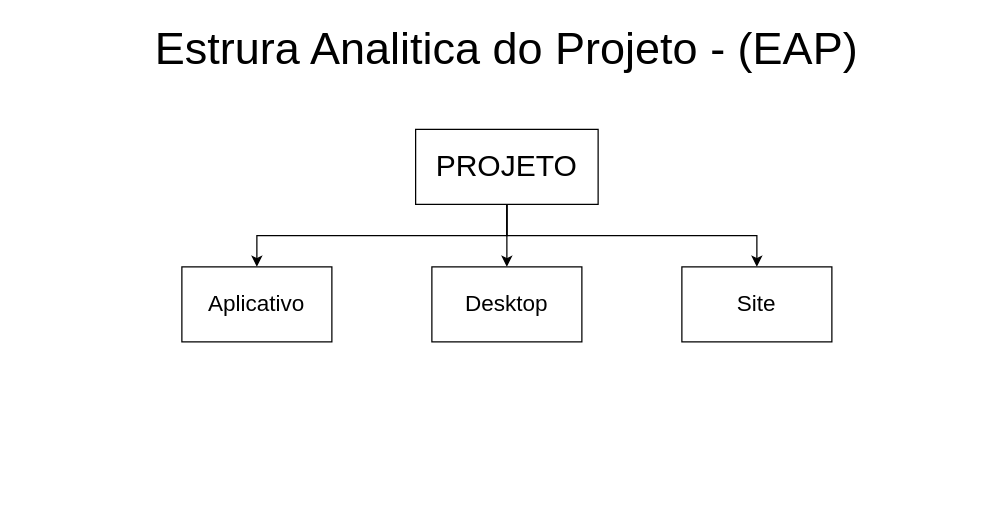
The draw.io diagram EAP.drawio in Thiago163/Mundo_verde, before the edit. Source tidied: cells renumbered, new cells numbered last; positions are measured from the earlier drawing's top-left corner, leaving out a move shared by most shapes. Both pictures are drawn from the tidied source at 125%, with x=0, y=0 at pixel (150, 29).
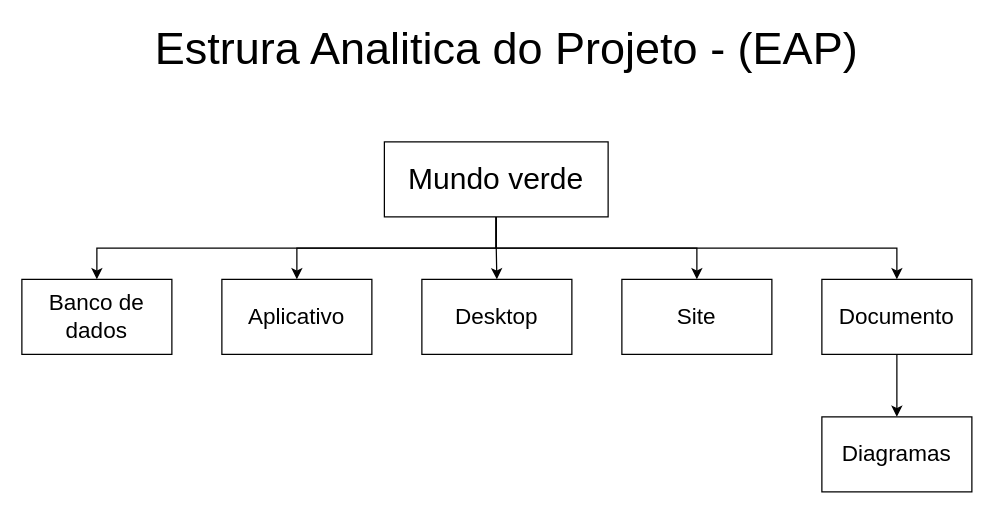
The same diagram, later.

The edit, as a diff of the source:
```diff
@@
 <mxGraphModel>
   <root>
     <mxCell id="0" />
     <mxCell id="1" parent="0" />
     <mxCell id="2" style="edgeStyle=orthogonalEdgeStyle;rounded=0;jettySize=auto;html=1;exitX=0.5;exitY=1;exitDx=0;exitDy=0;entryX=0.5;entryY=0;entryDx=0;entryDy=0;" parent="1" edge="1" source="5" target="6">
       <mxGeometry relative="1" as="geometry" />
     </mxCell>
     <mxCell id="3" style="edgeStyle=orthogonalEdgeStyle;rounded=0;jettySize=auto;html=1;exitX=0.5;exitY=1;exitDx=0;exitDy=0;entryX=0.5;entryY=0;entryDx=0;entryDy=0;" parent="1" edge="1" source="5" target="7">
       <mxGeometry relative="1" as="geometry" />
     </mxCell>
     <mxCell id="4" style="edgeStyle=orthogonalEdgeStyle;rounded=0;jettySize=auto;html=1;exitX=0.5;exitY=1;exitDx=0;exitDy=0;entryX=0.5;entryY=0;entryDx=0;entryDy=0;" parent="1" edge="1" source="5" target="8">
       <mxGeometry relative="1" as="geometry" />
     </mxCell>
+    <mxCell id="10" style="edgeStyle=orthogonalEdgeStyle;rounded=0;jettySize=auto;html=1;exitX=0.5;exitY=1;exitDx=0;exitDy=0;" parent="1" edge="1" source="5" target="13">
+      <mxGeometry relative="1" as="geometry" />
+    </mxCell>
+    <mxCell id="11" style="edgeStyle=orthogonalEdgeStyle;rounded=0;jettySize=auto;html=1;exitX=0.5;exitY=1;exitDx=0;exitDy=0;entryX=0.5;entryY=0;entryDx=0;entryDy=0;" parent="1" edge="1" source="5" target="15">
+      <mxGeometry relative="1" as="geometry" />
+    </mxCell>
-    <mxCell id="5" value="&lt;font style=&quot;font-size: 24px;&quot;&gt;PROJETO&lt;/font&gt;" style="rounded=0;whiteSpace=wrap;html=1;" parent="1" vertex="1">
-      <mxGeometry x="212" y="80" width="146" height="60" as="geometry" />
+    <mxCell id="5" value="&lt;font style=&quot;font-size: 24px;&quot;&gt;Mundo verde&lt;/font&gt;" style="rounded=0;whiteSpace=wrap;html=1;" parent="1" vertex="1">
+      <mxGeometry x="187" y="90" width="179" height="60" as="geometry" />
     </mxCell>
     <mxCell id="6" value="&lt;font style=&quot;font-size: 18px;&quot;&gt;Aplicativo&lt;/font&gt;" style="rounded=0;whiteSpace=wrap;html=1;" parent="1" vertex="1">
-      <mxGeometry x="25" y="190" width="120" height="60" as="geometry" />
+      <mxGeometry x="57" y="200" width="120" height="60" as="geometry" />
     </mxCell>
     <mxCell id="7" value="&lt;font style=&quot;font-size: 18px;&quot;&gt;Desktop&lt;/font&gt;" style="rounded=0;whiteSpace=wrap;html=1;" parent="1" vertex="1">
-      <mxGeometry x="225" y="190" width="120" height="60" as="geometry" />
+      <mxGeometry x="217" y="200" width="120" height="60" as="geometry" />
     </mxCell>
     <mxCell id="8" value="&lt;span style=&quot;font-size: 18px;&quot;&gt;Site&lt;/span&gt;" style="rounded=0;whiteSpace=wrap;html=1;" parent="1" vertex="1">
-      <mxGeometry x="425" y="190" width="120" height="60" as="geometry" />
+      <mxGeometry x="377" y="200" width="120" height="60" as="geometry" />
     </mxCell>
     <mxCell id="9" value="&lt;font style=&quot;font-size: 36px;&quot;&gt;Estrura Analitica do Projeto - (EAP)&lt;/font&gt;" style="text;html=1;align=center;verticalAlign=middle;whiteSpace=wrap;rounded=0;" parent="1" vertex="1">
       <mxGeometry width="570" height="30" as="geometry" />
     </mxCell>
+    <mxCell id="12" style="edgeStyle=orthogonalEdgeStyle;rounded=0;jettySize=auto;html=1;exitX=0.5;exitY=1;exitDx=0;exitDy=0;" parent="1" edge="1" source="13" target="14">
+      <mxGeometry relative="1" as="geometry" />
+    </mxCell>
+    <mxCell id="13" value="&lt;span style=&quot;font-size: 18px;&quot;&gt;Documento&lt;/span&gt;" style="rounded=0;whiteSpace=wrap;html=1;" parent="1" vertex="1">
+      <mxGeometry x="537" y="200" width="120" height="60" as="geometry" />
+    </mxCell>
+    <mxCell id="14" value="&lt;span style=&quot;font-size: 18px;&quot;&gt;Diagramas&lt;/span&gt;" style="rounded=0;whiteSpace=wrap;html=1;" parent="1" vertex="1">
+      <mxGeometry x="537" y="310" width="120" height="60" as="geometry" />
+    </mxCell>
+    <mxCell id="15" value="&lt;font style=&quot;font-size: 18px;&quot;&gt;Banco de dados&lt;/font&gt;" style="rounded=0;whiteSpace=wrap;html=1;" parent="1" vertex="1">
+      <mxGeometry x="-103" y="200" width="120" height="60" as="geometry" />
+    </mxCell>
   </root>
 </mxGraphModel>
```
